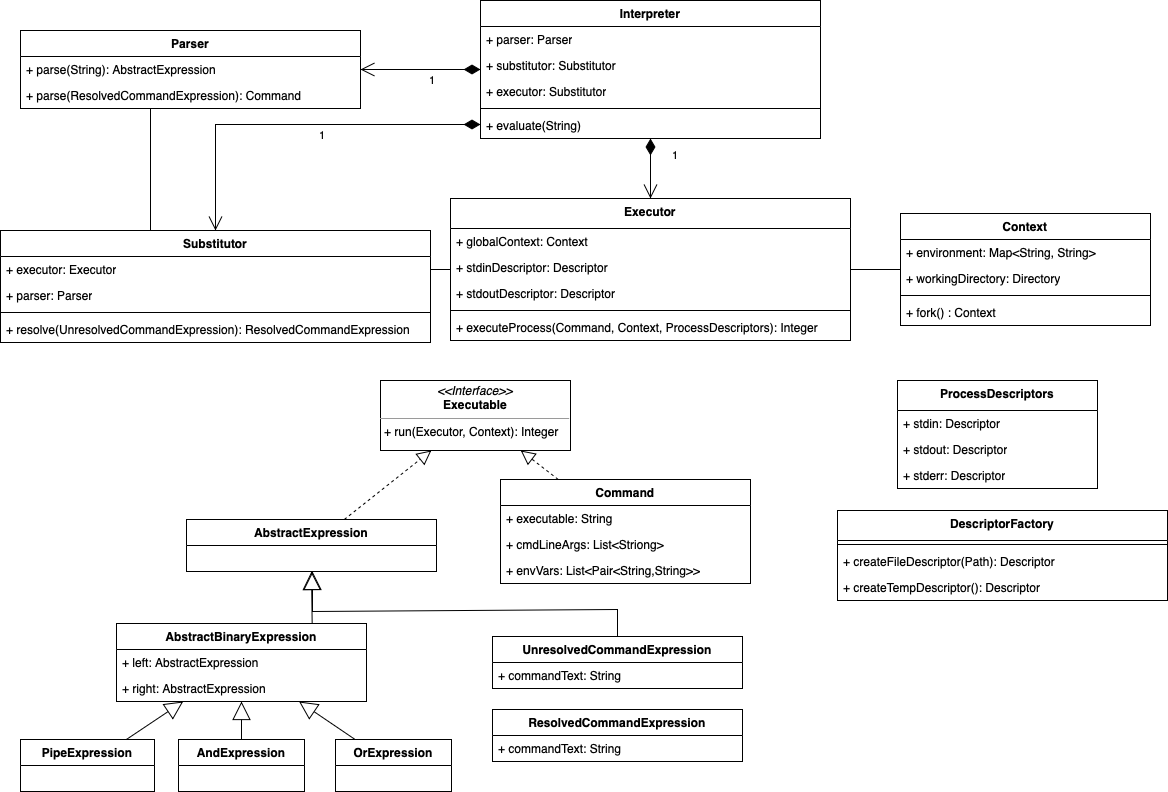
Earlier version of the draw.io export hw1-cli/class.png (gvsem/software-design-course). Source tidied: cells renumbered, new cells last; positions are measured from the earlier drawing's top-left corner, leaving out a move shared by most shapes.
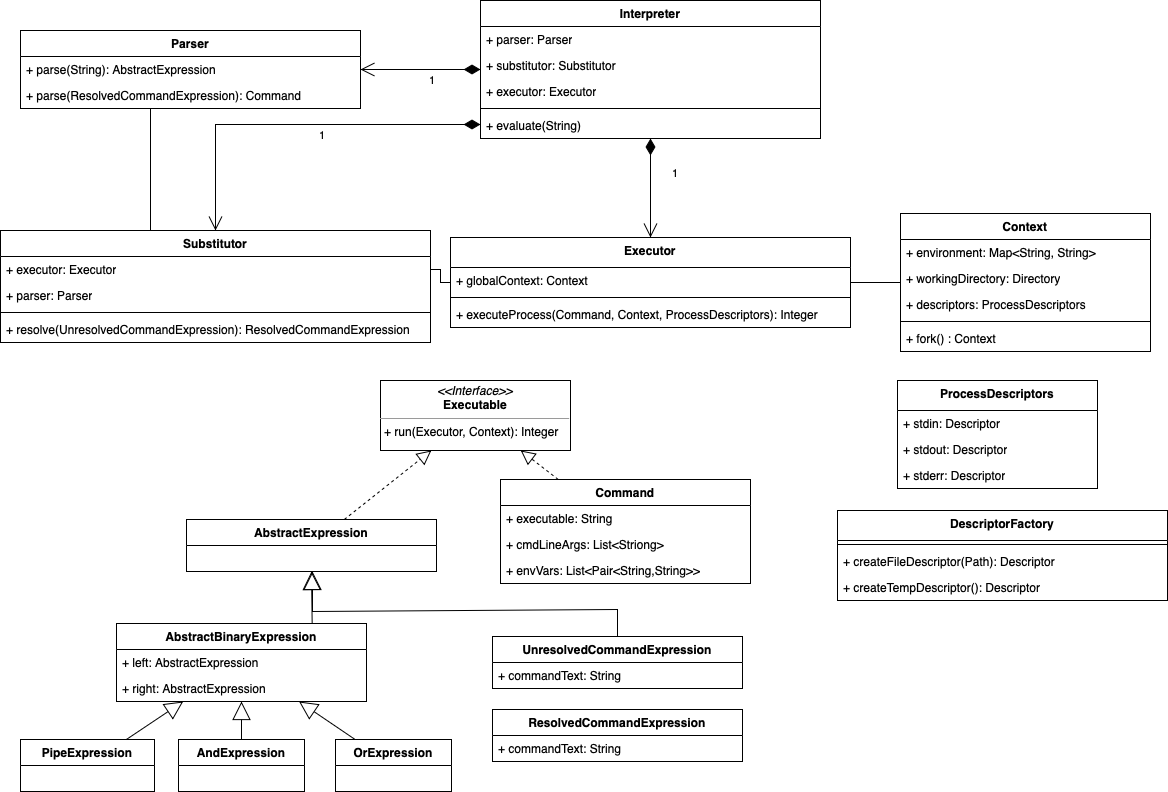
After the commit.

The edit, as a diff of the source:
```diff
@@ -15,22 +15,16 @@
       <mxGeometry y="78" width="250" height="26" as="geometry" />
     </mxCell>
     <mxCell id="6" value="Executor" style="swimlane;fontStyle=1;align=center;verticalAlign=top;horizontal=1;startSize=30;whiteSpace=wrap;html=1;" parent="1" vertex="1">
-      <mxGeometry x="450" y="198" width="400" height="142" as="geometry" />
+      <mxGeometry x="450" y="237" width="400" height="90" as="geometry" />
     </mxCell>
     <mxCell id="7" value="+ globalContext: Context" style="text;strokeColor=none;fillColor=none;align=left;verticalAlign=top;spacingLeft=4;spacingRight=4;overflow=hidden;whiteSpace=wrap;html=1;" parent="6" vertex="1">
       <mxGeometry y="30" width="400" height="26" as="geometry" />
     </mxCell>
-    <mxCell id="8" value="+ stdinDescriptor: Descriptor" style="text;strokeColor=none;fillColor=none;align=left;verticalAlign=top;spacingLeft=4;spacingRight=4;overflow=hidden;whiteSpace=wrap;html=1;" parent="6" vertex="1">
-      <mxGeometry y="56" width="400" height="26" as="geometry" />
-    </mxCell>
-    <mxCell id="9" value="+ stdoutDescriptor: Descriptor" style="text;strokeColor=none;fillColor=none;align=left;verticalAlign=top;spacingLeft=4;spacingRight=4;overflow=hidden;whiteSpace=wrap;html=1;" parent="6" vertex="1">
-      <mxGeometry y="82" width="400" height="26" as="geometry" />
-    </mxCell>
     <mxCell id="10" style="line;strokeWidth=1;fillColor=none;align=left;verticalAlign=middle;spacingTop=-1;spacingLeft=3;spacingRight=3;labelPosition=right;strokeColor=inherit;" parent="6" vertex="1">
-      <mxGeometry y="108" width="400" height="8" as="geometry" />
+      <mxGeometry y="56" width="400" height="8" as="geometry" />
     </mxCell>
     <mxCell id="11" value="+ executeProcess(Command, Context, ProcessDescriptors): Integer&amp;nbsp;" style="text;strokeColor=none;fillColor=none;align=left;verticalAlign=top;spacingLeft=4;spacingRight=4;overflow=hidden;whiteSpace=wrap;html=1;" parent="6" vertex="1">
-      <mxGeometry y="116" width="400" height="26" as="geometry" />
+      <mxGeometry y="64" width="400" height="26" as="geometry" />
     </mxCell>
     <mxCell id="12" value="Substitutor" style="swimlane;fontStyle=1;align=center;verticalAlign=top;horizontal=1;startSize=26;whiteSpace=wrap;html=1;" parent="1" vertex="1">
       <mxGeometry y="230" width="430" height="112" as="geometry" />
@@ -57,7 +51,7 @@
       <mxGeometry y="26" width="250" height="26" as="geometry" />
     </mxCell>
     <mxCell id="20" value="Context" style="swimlane;fontStyle=1;align=center;verticalAlign=top;horizontal=1;startSize=26;whiteSpace=wrap;html=1;" parent="1" vertex="1">
-      <mxGeometry x="900" y="213" width="250" height="112" as="geometry" />
+      <mxGeometry x="900" y="213" width="250" height="138" as="geometry" />
     </mxCell>
     <mxCell id="21" value="+ environment: Map&amp;lt;String, String&amp;gt;&amp;nbsp;" style="text;strokeColor=none;fillColor=none;align=left;verticalAlign=top;spacingLeft=4;spacingRight=4;overflow=hidden;whiteSpace=wrap;html=1;" parent="20" vertex="1">
       <mxGeometry y="26" width="250" height="26" as="geometry" />
@@ -65,11 +59,14 @@
     <mxCell id="22" value="+ workingDirectory: Directory" style="text;strokeColor=none;fillColor=none;align=left;verticalAlign=top;spacingLeft=4;spacingRight=4;overflow=hidden;whiteSpace=wrap;html=1;" parent="20" vertex="1">
       <mxGeometry y="52" width="250" height="26" as="geometry" />
     </mxCell>
+    <mxCell id="64" value="+ descriptors: ProcessDescriptors" style="text;strokeColor=none;fillColor=none;align=left;verticalAlign=top;spacingLeft=4;spacingRight=4;overflow=hidden;whiteSpace=wrap;html=1;" parent="20" vertex="1">
+      <mxGeometry y="78" width="250" height="26" as="geometry" />
+    </mxCell>
     <mxCell id="23" style="line;strokeWidth=1;fillColor=none;align=left;verticalAlign=middle;spacingTop=-1;spacingLeft=3;spacingRight=3;labelPosition=right;strokeColor=inherit;" parent="20" vertex="1">
-      <mxGeometry y="78" width="250" height="8" as="geometry" />
+      <mxGeometry y="104" width="250" height="8" as="geometry" />
     </mxCell>
     <mxCell id="24" value="+ fork() : Context" style="text;strokeColor=none;fillColor=none;align=left;verticalAlign=top;spacingLeft=4;spacingRight=4;overflow=hidden;whiteSpace=wrap;html=1;" parent="20" vertex="1">
-      <mxGeometry y="86" width="250" height="26" as="geometry" />
+      <mxGeometry y="112" width="250" height="26" as="geometry" />
     </mxCell>
     <mxCell id="25" value="PipeExpression" style="swimlane;fontStyle=1;align=center;verticalAlign=top;horizontal=1;startSize=26;whiteSpace=wrap;html=1;" parent="1" vertex="1">
       <mxGeometry x="20" y="739" width="134" height="52" as="geometry" />
@@ -148,7 +145,7 @@
     <mxCell id="47" value="+ substitutor: Substitutor" style="text;strokeColor=none;fillColor=none;align=left;verticalAlign=top;spacingLeft=4;spacingRight=4;overflow=hidden;whiteSpace=wrap;html=1;" parent="45" vertex="1">
       <mxGeometry y="52" width="340" height="26" as="geometry" />
     </mxCell>
-    <mxCell id="48" value="+ executor: Substitutor" style="text;strokeColor=none;fillColor=none;align=left;verticalAlign=top;spacingLeft=4;spacingRight=4;overflow=hidden;whiteSpace=wrap;html=1;" parent="45" vertex="1">
+    <mxCell id="48" value="+ executor: Executor" style="text;strokeColor=none;fillColor=none;align=left;verticalAlign=top;spacingLeft=4;spacingRight=4;overflow=hidden;whiteSpace=wrap;html=1;" parent="45" vertex="1">
       <mxGeometry y="78" width="340" height="26" as="geometry" />
     </mxCell>
     <mxCell id="49" style="line;strokeWidth=1;fillColor=none;align=left;verticalAlign=middle;spacingTop=-1;spacingLeft=3;spacingRight=3;labelPosition=right;strokeColor=inherit;" parent="45" vertex="1">
```
